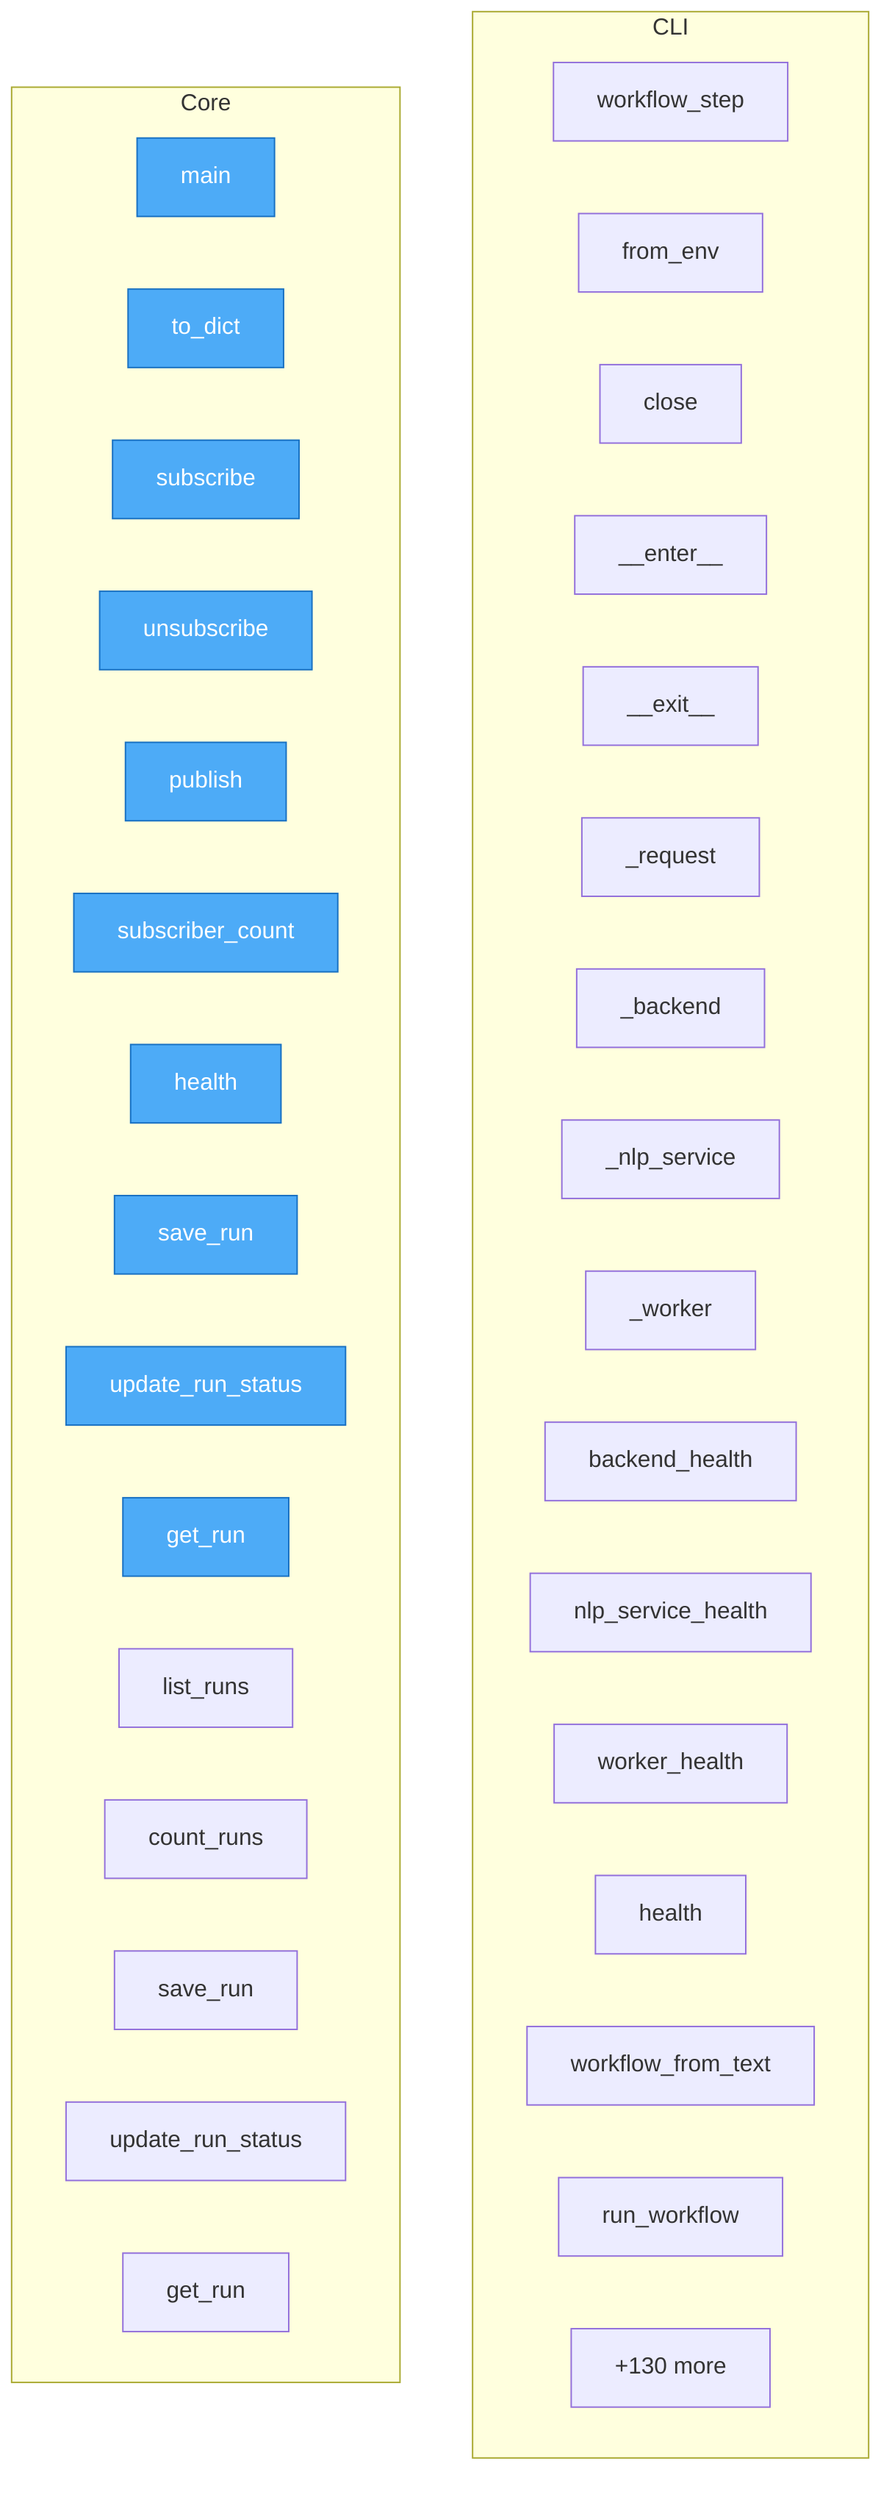
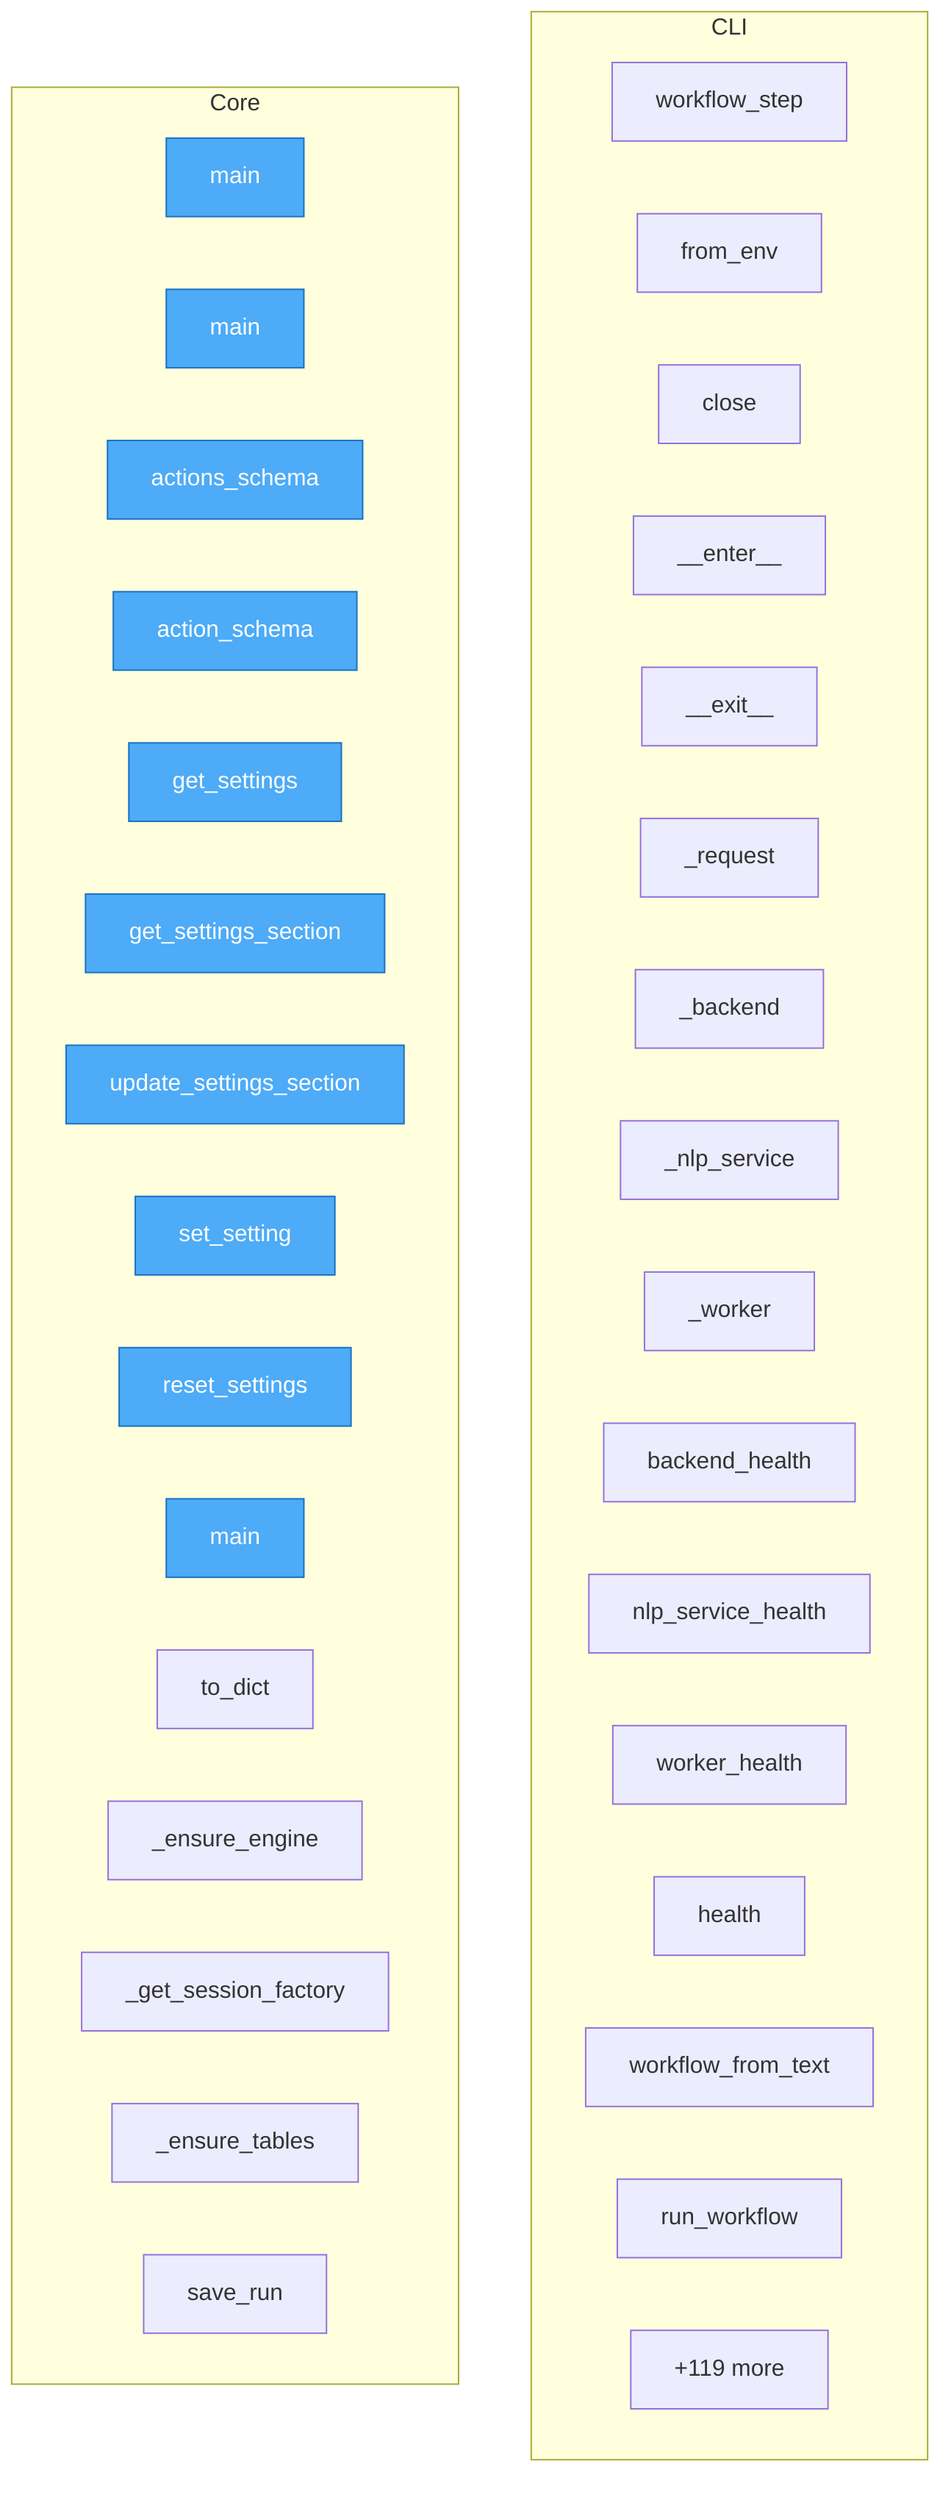
flowchart TD
+ %% generated in 0.01s

    %% Entry points (blue)
    classDef entry fill:#4dabf7,stroke:#1971c2,color:#fff

    subgraph CLI
        nlp2dsl_sdk__client__workflow_step["workflow_step"]
        nlp2dsl_sdk__client__NLP2DSLClient__from_env["from_env"]
        nlp2dsl_sdk__client__NLP2DSLClient__close["close"]
        nlp2dsl_sdk__client__NLP2DSLClient____enter__["__enter__"]
        nlp2dsl_sdk__client__NLP2DSLClient____exit__["__exit__"]
        nlp2dsl_sdk__client__NLP2DSLClient___request["_request"]
        nlp2dsl_sdk__client__NLP2DSLClient___backend["_backend"]
        nlp2dsl_sdk__client__NLP2DSLClient___nlp_service["_nlp_service"]
        nlp2dsl_sdk__client__NLP2DSLClient___worker["_worker"]
        nlp2dsl_sdk__client__NLP2DSLClient__backend_health["backend_health"]
        nlp2dsl_sdk__client__NLP2DSLClient__nlp_service_health["nlp_service_health"]
        nlp2dsl_sdk__client__NLP2DSLClient__worker_health["worker_health"]
        nlp2dsl_sdk__client__NLP2DSLClient__health["health"]
        nlp2dsl_sdk__client__NLP2DSLClient__workflow_from_text["workflow_from_text"]
        nlp2dsl_sdk__client__NLP2DSLClient__run_workflow["run_workflow"]
        ...["+30 more"]
    end

    subgraph Core
+         tauri_wrapper__src_tauri__build__main["main"]
        tauri_wrapper__src_tauri__src__main__main["main"]
-         backend__app__workflow_events__WorkflowEvent__to_dict["to_dict"]
-         backend__app__workflow_events__WorkflowEventHub__subscribe["subscribe"]
-         backend__app__workflow_events__WorkflowEventHub__unsubscribe["unsubscribe"]
-         backend__app__workflow_events__WorkflowEventHub__publish["publish"]
-         backend__app__workflow_events__WorkflowEventHub__subscriber_count["subscriber_count"]
-         backend__app__main__health["health"]
-         backend__app__db__memory__MemoryWorkflowRepo__save_run["save_run"]
-         backend__app__db__memory__MemoryWorkflowRepo__update_run_status["update_run_status"]
-         backend__app__db__memory__MemoryWorkflowRepo__get_run["get_run"]
-         backend__app__db__memory__MemoryWorkflowRepo__list_runs["list_runs"]
-         backend__app__db__memory__MemoryWorkflowRepo__count_runs["count_runs"]
-         backend__app__db__WorkflowRepo__save_run["save_run"]
-         backend__app__db__WorkflowRepo__update_run_status["update_run_status"]
-         backend__app__db__WorkflowRepo__get_run["get_run"]
-         ...["+130 more"]
+         backend__app__routers__settings__actions_schema["actions_schema"]
+         backend__app__routers__settings__action_schema["action_schema"]
+         backend__app__routers__settings__get_settings["get_settings"]
+         backend__app__routers__settings__get_settings_section["get_settings_section"]
+         backend__app__routers__settings__update_settings_section["update_settings_section"]
+         backend__app__routers__settings__set_setting["set_setting"]
+         backend__app__routers__settings__reset_settings["reset_settings"]
+         nlp2dsl_sdk____main____main["main"]
+         backend__app__db__postgres__WorkflowRunModel__to_dict["to_dict"]
+         backend__app__db__postgres__PostgresWorkflowRepo___ensure_engine["_ensure_engine"]
+         backend__app__db__postgres__PostgresWorkflowRepo___get_session_factory["_get_session_factory"]
+         backend__app__db__postgres__PostgresWorkflowRepo___ensure_tables["_ensure_tables"]
+         backend__app__db__postgres__PostgresWorkflowRepo__save_run["save_run"]
+         ...["+119 more"]
    end

-     class tauri_wrapper__src_tauri__src__main__main,backend__app__workflow_events__WorkflowEvent__to_dict,backend__app__workflow_events__WorkflowEventHub__subscribe,backend__app__workflow_events__WorkflowEventHub__unsubscribe,backend__app__workflow_events__WorkflowEventHub__publish,backend__app__workflow_events__WorkflowEventHub__subscriber_count,backend__app__main__health,backend__app__db__memory__MemoryWorkflowRepo__save_run,backend__app__db__memory__MemoryWorkflowRepo__update_run_status,backend__app__db__memory__MemoryWorkflowRepo__get_run entry
+     class tauri_wrapper__src_tauri__build__main,tauri_wrapper__src_tauri__src__main__main,backend__app__routers__settings__actions_schema,backend__app__routers__settings__action_schema,backend__app__routers__settings__get_settings,backend__app__routers__settings__get_settings_section,backend__app__routers__settings__update_settings_section,backend__app__routers__settings__set_setting,backend__app__routers__settings__reset_settings,nlp2dsl_sdk____main____main entry
